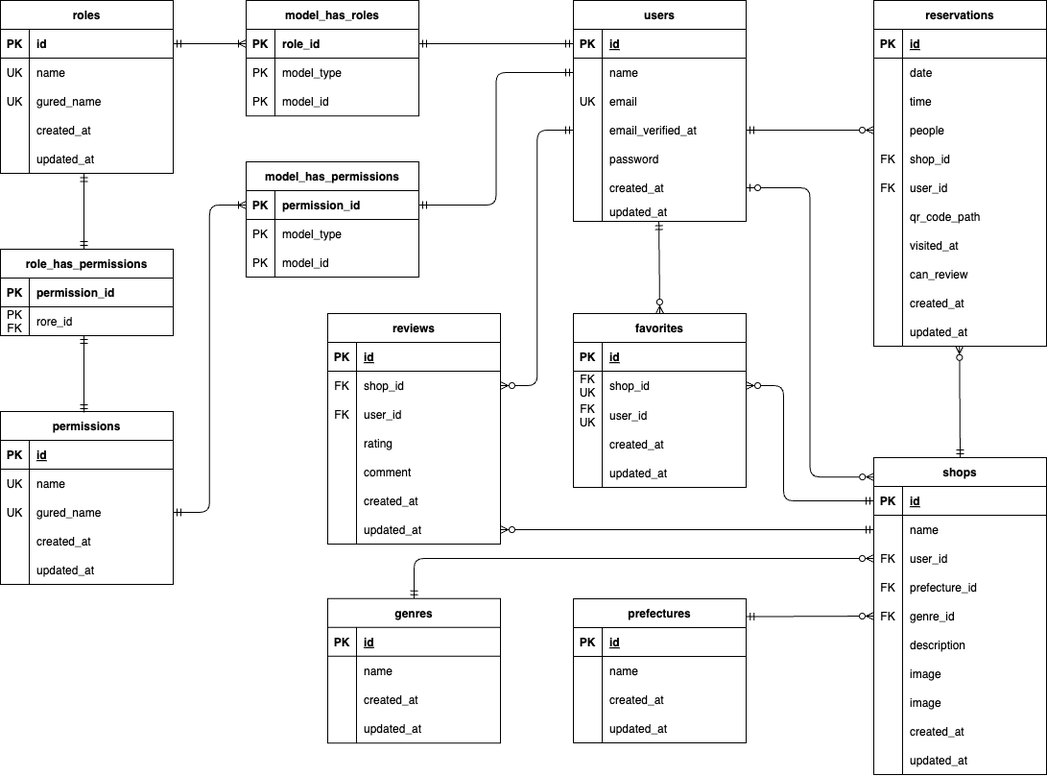
mdrgreen39/rese keeps this draw.io diagram as rese-er.drawio.png. Above is the earlier version. Source tidied: cells renumbered, new cells last; positions are measured from the earlier drawing's top-left corner, leaving out a move shared by most shapes.
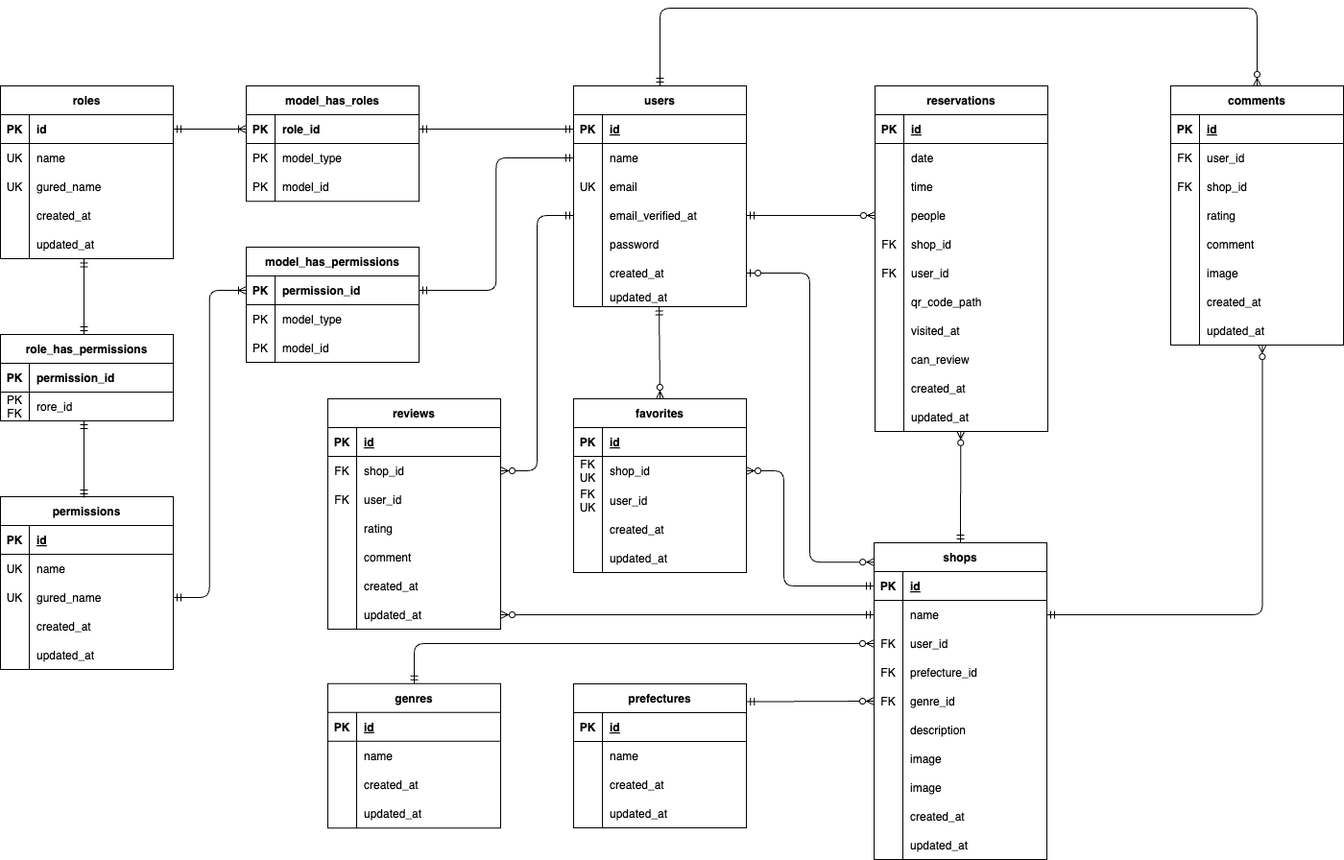
After the commit.

The edit, as a diff of the source:
```diff
@@ -240,7 +240,7 @@
       <mxGeometry x="30" width="150" height="30" as="geometry" />
     </mxCell>
     <mxCell id="81" value="reservations" style="shape=table;startSize=30;rowLines=0;fontStyle=1;align=center;fillColor=none;fontColor=#000000;strokeColor=#000000;" parent="1" vertex="1">
-      <mxGeometry x="910" width="180" height="360" as="geometry" />
+      <mxGeometry x="911" width="180" height="360" as="geometry" />
     </mxCell>
     <mxCell id="82" style="shape=tableRow;horizontal=0;startSize=0;swimlaneHead=0;swimlaneBody=0;fillColor=none;top=0;left=0;right=0;bottom=1;strokeColor=#000000;" parent="81" vertex="1">
       <mxGeometry y="30" width="180" height="30" as="geometry" />
@@ -687,5 +687,91 @@
     <mxCell id="226" style="edgeStyle=elbowEdgeStyle;fontSize=12;html=1;endArrow=ERmandOne;startArrow=ERmandOne;strokeColor=#000000;fontColor=#000000;entryX=0;entryY=0.5;entryDx=0;entryDy=0;startFill=0;exitX=1;exitY=0.5;exitDx=0;exitDy=0;endFill=0;" parent="1" edge="1" source="138" target="6">
       <mxGeometry relative="1" as="geometry" />
     </mxCell>
+    <mxCell id="227" value="comments" style="shape=table;startSize=30;rowLines=0;fontStyle=1;align=center;fillColor=none;fontColor=#000000;strokeColor=#000000;" parent="1" vertex="1">
+      <mxGeometry x="1219" width="180" height="270" as="geometry" />
+    </mxCell>
+    <mxCell id="228" style="shape=tableRow;horizontal=0;startSize=0;swimlaneHead=0;swimlaneBody=0;fillColor=none;top=0;left=0;right=0;bottom=1;strokeColor=#000000;" parent="227" vertex="1">
+      <mxGeometry y="30" width="180" height="30" as="geometry" />
+    </mxCell>
+    <mxCell id="229" value="PK" style="shape=partialRectangle;fillColor=none;top=0;left=0;bottom=0;right=0;fontStyle=1;overflow=hidden;strokeColor=#000000;fontColor=#000000;" parent="228" vertex="1">
+      <mxGeometry width="30" height="30" as="geometry" />
+    </mxCell>
+    <mxCell id="230" value="id" style="shape=partialRectangle;fillColor=none;top=0;left=0;bottom=0;right=0;align=left;spacingLeft=6;fontStyle=5;overflow=hidden;strokeColor=#000000;fontColor=#000000;" parent="228" vertex="1">
+      <mxGeometry x="30" width="150" height="30" as="geometry" />
+    </mxCell>
+    <mxCell id="231" style="shape=tableRow;horizontal=0;startSize=0;swimlaneHead=0;swimlaneBody=0;fillColor=none;top=0;left=0;right=0;bottom=0;" parent="227" vertex="1">
+      <mxGeometry y="60" width="180" height="30" as="geometry" />
+    </mxCell>
+    <mxCell id="232" value="FK" style="shape=partialRectangle;fillColor=none;top=0;left=0;bottom=0;right=0;overflow=hidden;strokeColor=#000000;fontColor=#000000;" parent="231" vertex="1">
+      <mxGeometry width="30" height="30" as="geometry" />
+    </mxCell>
+    <mxCell id="233" value="user_id" style="shape=partialRectangle;fillColor=none;top=0;left=0;bottom=0;right=0;align=left;spacingLeft=6;overflow=hidden;strokeColor=#000000;fontColor=#000000;" parent="231" vertex="1">
+      <mxGeometry x="30" width="150" height="30" as="geometry" />
+    </mxCell>
+    <mxCell id="234" style="shape=tableRow;horizontal=0;startSize=0;swimlaneHead=0;swimlaneBody=0;fillColor=none;top=0;left=0;right=0;bottom=0;" parent="227" vertex="1">
+      <mxGeometry y="90" width="180" height="30" as="geometry" />
+    </mxCell>
+    <mxCell id="235" value="FK" style="shape=partialRectangle;fillColor=none;top=0;left=0;bottom=0;right=0;overflow=hidden;fontColor=#000000;" parent="234" vertex="1">
+      <mxGeometry width="30" height="30" as="geometry" />
+    </mxCell>
+    <mxCell id="236" value="shop_id" style="shape=partialRectangle;fillColor=none;top=0;left=0;bottom=0;right=0;align=left;spacingLeft=6;overflow=hidden;fontColor=#000000;" parent="234" vertex="1">
+      <mxGeometry x="30" width="150" height="30" as="geometry" />
+    </mxCell>
+    <mxCell id="237" style="shape=tableRow;horizontal=0;startSize=0;swimlaneHead=0;swimlaneBody=0;fillColor=none;top=0;left=0;right=0;bottom=0;" parent="227" vertex="1">
+      <mxGeometry y="120" width="180" height="30" as="geometry" />
+    </mxCell>
+    <mxCell id="238" style="shape=partialRectangle;fillColor=none;top=0;left=0;bottom=0;right=0;overflow=hidden;fontColor=#000000;" parent="237" vertex="1">
+      <mxGeometry width="30" height="30" as="geometry" />
+    </mxCell>
+    <mxCell id="239" value="rating" style="shape=partialRectangle;fillColor=none;top=0;left=0;bottom=0;right=0;align=left;spacingLeft=6;overflow=hidden;fontColor=#000000;" parent="237" vertex="1">
+      <mxGeometry x="30" width="150" height="30" as="geometry" />
+    </mxCell>
+    <mxCell id="240" style="shape=tableRow;horizontal=0;startSize=0;swimlaneHead=0;swimlaneBody=0;fillColor=none;top=0;left=0;right=0;bottom=0;" parent="227" vertex="1">
+      <mxGeometry y="150" width="180" height="30" as="geometry" />
+    </mxCell>
+    <mxCell id="241" style="shape=partialRectangle;fillColor=none;top=0;left=0;bottom=0;right=0;overflow=hidden;fontColor=#000000;" parent="240" vertex="1">
+      <mxGeometry width="30" height="30" as="geometry" />
+    </mxCell>
+    <mxCell id="242" value="comment" style="shape=partialRectangle;fillColor=none;top=0;left=0;bottom=0;right=0;align=left;spacingLeft=6;overflow=hidden;fontColor=#000000;" parent="240" vertex="1">
+      <mxGeometry x="30" width="150" height="30" as="geometry" />
+    </mxCell>
+    <mxCell id="243" style="shape=tableRow;horizontal=0;startSize=0;swimlaneHead=0;swimlaneBody=0;fillColor=none;top=0;left=0;right=0;bottom=0;" parent="227" vertex="1">
+      <mxGeometry y="180" width="180" height="30" as="geometry" />
+    </mxCell>
+    <mxCell id="244" style="shape=partialRectangle;fillColor=none;top=0;left=0;bottom=0;right=0;overflow=hidden;fontColor=#000000;" parent="243" vertex="1">
+      <mxGeometry width="30" height="30" as="geometry" />
+    </mxCell>
+    <mxCell id="245" value="image" style="shape=partialRectangle;fillColor=none;top=0;left=0;bottom=0;right=0;align=left;spacingLeft=6;overflow=hidden;fontColor=#000000;" parent="243" vertex="1">
+      <mxGeometry x="30" width="150" height="30" as="geometry" />
+    </mxCell>
+    <mxCell id="246" style="shape=tableRow;horizontal=0;startSize=0;swimlaneHead=0;swimlaneBody=0;fillColor=none;top=0;left=0;right=0;bottom=0;" parent="227" vertex="1">
+      <mxGeometry y="210" width="180" height="30" as="geometry" />
+    </mxCell>
+    <mxCell id="247" style="shape=partialRectangle;fillColor=none;top=0;left=0;bottom=0;right=0;overflow=hidden;fontColor=#000000;" parent="246" vertex="1">
+      <mxGeometry width="30" height="30" as="geometry" />
+    </mxCell>
+    <mxCell id="248" value="created_at" style="shape=partialRectangle;fillColor=none;top=0;left=0;bottom=0;right=0;align=left;spacingLeft=6;overflow=hidden;fontColor=#000000;" parent="246" vertex="1">
+      <mxGeometry x="30" width="150" height="30" as="geometry" />
+    </mxCell>
+    <mxCell id="249" style="shape=tableRow;horizontal=0;startSize=0;swimlaneHead=0;swimlaneBody=0;fillColor=none;points=[[0,0.5],[1,0.5]];portConstraint=eastwest;top=0;left=0;right=0;bottom=0;" parent="227" vertex="1">
+      <mxGeometry y="240" width="180" height="30" as="geometry" />
+    </mxCell>
+    <mxCell id="250" style="shape=partialRectangle;fillColor=none;top=0;left=0;bottom=0;right=0;overflow=hidden;fontColor=#000000;" parent="249" vertex="1">
+      <mxGeometry width="30" height="30" as="geometry" />
+    </mxCell>
+    <mxCell id="251" value="updated_at" style="shape=partialRectangle;fillColor=none;top=0;left=0;bottom=0;right=0;align=left;spacingLeft=6;overflow=hidden;fontColor=#000000;" parent="249" vertex="1">
+      <mxGeometry x="30" width="150" height="30" as="geometry" />
+    </mxCell>
+    <mxCell id="252" style="edgeStyle=orthogonalEdgeStyle;fontSize=12;html=1;endArrow=ERzeroToMany;startArrow=ERmandOne;exitX=1;exitY=0.5;exitDx=0;exitDy=0;strokeColor=#000000;entryX=0.53;entryY=1.004;entryDx=0;entryDy=0;entryPerimeter=0;startFill=0;endFill=0;" parent="1" edge="1" source="54" target="249">
+      <mxGeometry relative="1" as="geometry" />
+    </mxCell>
+    <mxCell id="253" style="edgeStyle=orthogonalEdgeStyle;fontSize=12;html=1;endArrow=ERzeroToMany;startArrow=ERmandOne;strokeColor=#000000;exitX=0.5;exitY=0;exitDx=0;exitDy=0;entryX=0.5;entryY=0;entryDx=0;entryDy=0;endFill=0;" parent="1" edge="1" source="2" target="227">
+      <mxGeometry relative="1" as="geometry">
+        <Array as="points">
+          <mxPoint x="687" y="-81" />
+          <mxPoint x="1309" y="-81" />
+        </Array>
+      </mxGeometry>
+    </mxCell>
   </root>
 </mxGraphModel>
```
